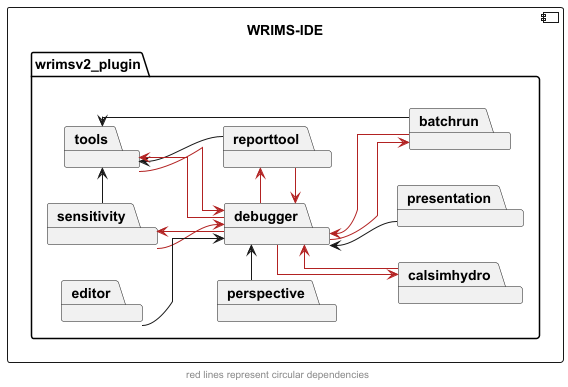
Earlier version of the PlantUML export docs/diagrams/wrims-modules/wrims-ide/wrims-ide-interdeps.png (CentralValleyModeling/wrims-gui).
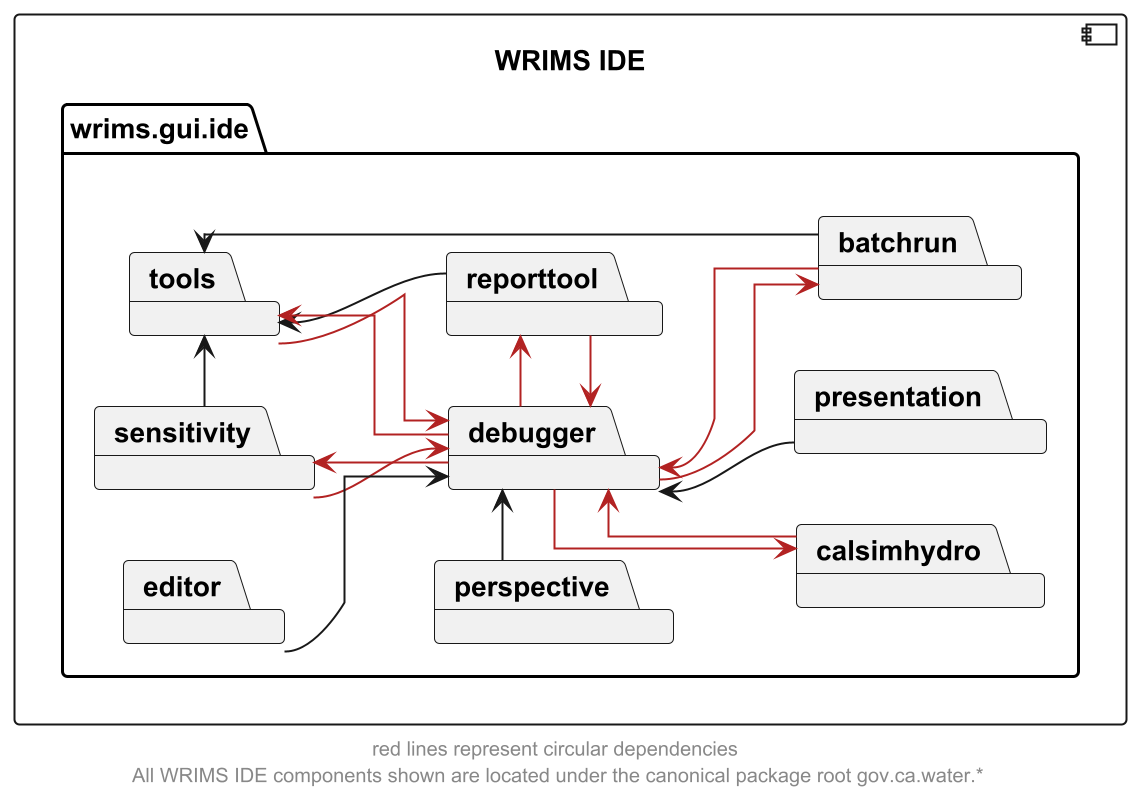
Later version of the same file.

Diff of the diagram source:
```diff
@@ -2,8 +2,8 @@
 left to right direction
 skinparam linetype ortho
 
-component WRIMS_IDE as "WRIMS-IDE" {
-    package wrimsv2_plugin {
+component WRIMS_IDE as "WRIMS IDE" {
+    package wrims.gui.ide {
         package debugger
         package sensitivity
         package tools
@@ -39,5 +39,5 @@
 perspective -> debugger
 presentation -u-> debugger
 
-footer "red lines represent circular dependencies"
+footer "red lines represent circular dependencies\n All WRIMS IDE components shown are located under the canonical package root gov.ca.water.*"
 @enduml
```
